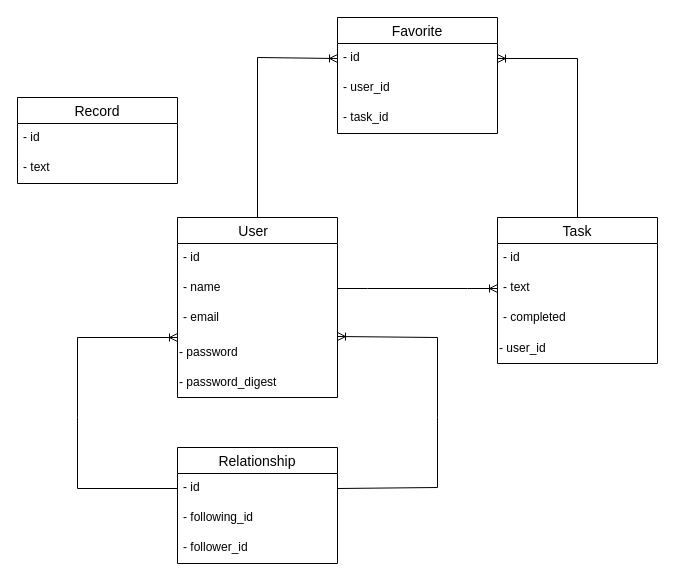
This is to_do.dio from keroropper/to_do_app, a draw.io file, before an edit. Source tidied: cells renumbered, new cells numbered last; positions are measured from the earlier drawing's top-left corner, leaving out a move shared by most shapes. Both pictures are drawn from the tidied source at 100%, with x=0, y=0 at pixel (17, 17).
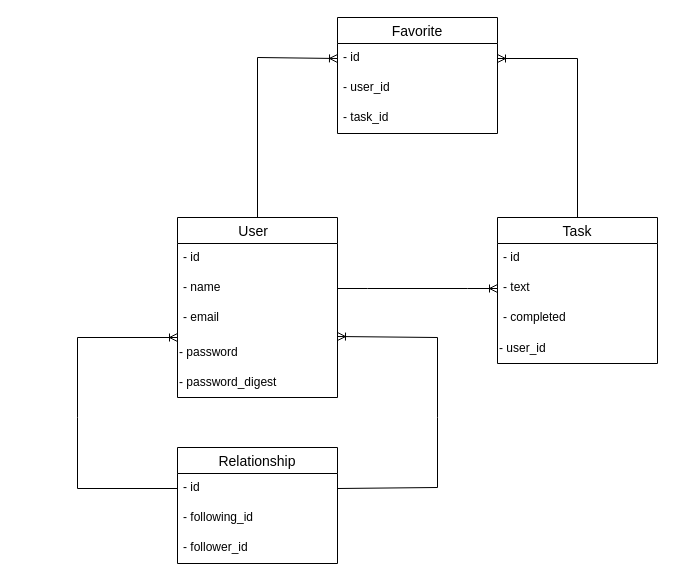
After the change.

What changed in the source:
```diff
@@
-    <mxCell id="26" value="Record" style="swimlane;fontStyle=0;horizontal=1;startSize=26;align=center;fontSize=14;" parent="1" vertex="1">
-      <mxGeometry y="80" width="160" height="86" as="geometry" />
-    </mxCell>
-    <mxCell id="27" value="- id&amp;nbsp;" style="text;strokeColor=none;fillColor=none;spacingLeft=4;spacingRight=4;overflow=hidden;fontSize=12;whiteSpace=wrap;html=1;" parent="26" vertex="1">
-      <mxGeometry y="26" width="160" height="30" as="geometry" />
-    </mxCell>
-    <mxCell id="28" value="- text" style="text;strokeColor=none;fillColor=none;spacingLeft=4;spacingRight=4;overflow=hidden;fontSize=12;whiteSpace=wrap;html=1;" parent="26" vertex="1">
-      <mxGeometry y="56" width="160" height="30" as="geometry" />
-    </mxCell>
```
